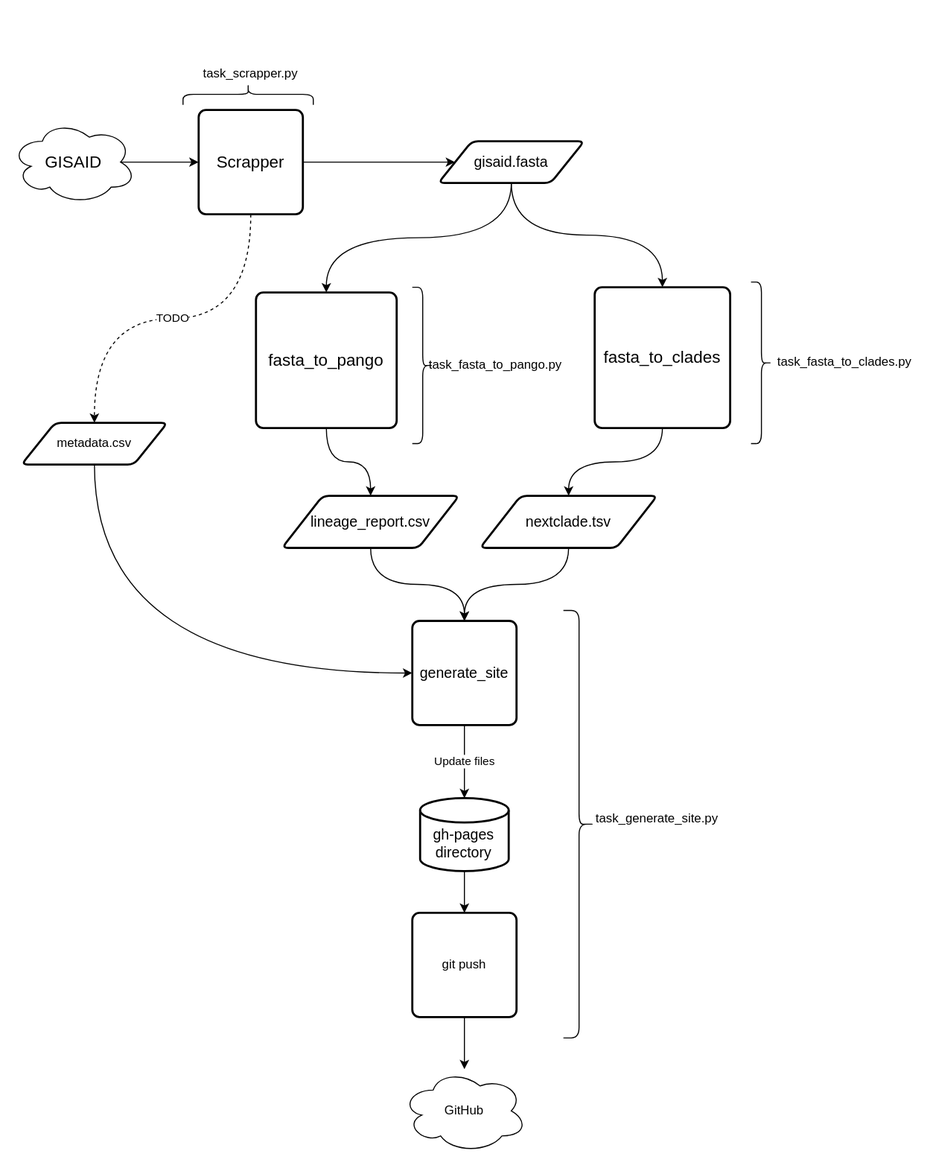
MI2DataLab/crs19-monitor keeps this draw.io diagram as doc/schema.svg. Above is the earlier version. Source tidied: cells renumbered, new cells last; positions are measured from the earlier drawing's top-left corner, leaving out a move shared by most shapes.
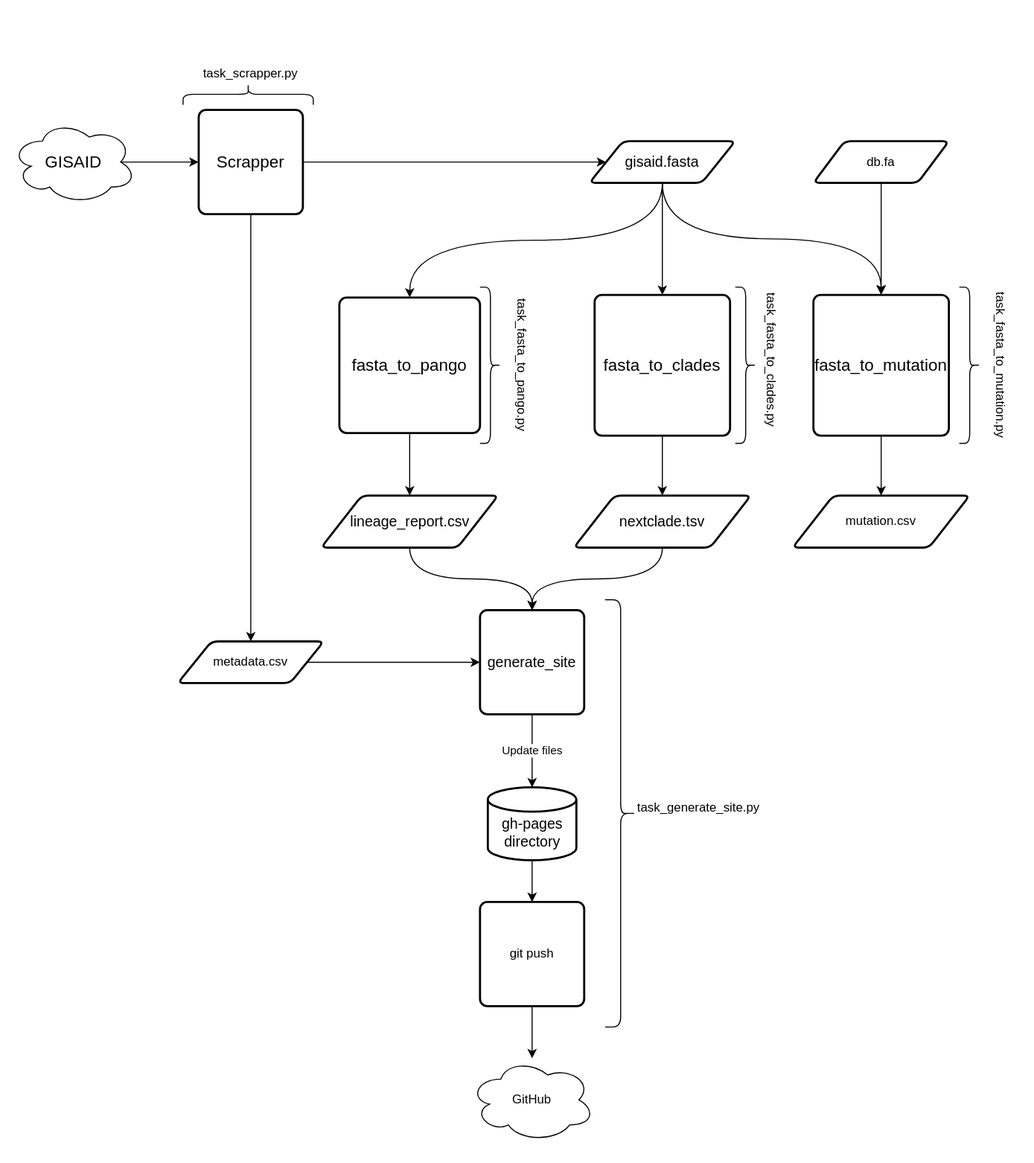
Above is the later version.

What changed in the source:
```diff
@@ -4,6 +4,6 @@
     <mxCell id="1" parent="0" />
-    <mxCell id="2" style="edgeStyle=orthogonalEdgeStyle;curved=1;rounded=0;jettySize=auto;html=1;exitX=1;exitY=0.5;exitDx=0;exitDy=0;" parent="1" edge="1" source="4" target="9">
+    <mxCell id="2" style="edgeStyle=orthogonalEdgeStyle;curved=1;rounded=0;jettySize=auto;html=1;exitX=1;exitY=0.5;exitDx=0;exitDy=0;" parent="1" edge="1" source="4" target="10">
       <mxGeometry relative="1" as="geometry" />
     </mxCell>
-    <mxCell id="3" value="TODO" style="edgeStyle=orthogonalEdgeStyle;curved=1;rounded=0;jettySize=auto;html=1;exitX=0.5;exitY=1;exitDx=0;exitDy=0;dashed=1;" parent="1" edge="1" source="4" target="18">
+    <mxCell id="3" style="edgeStyle=orthogonalEdgeStyle;curved=1;rounded=0;jettySize=auto;html=1;exitX=0.5;exitY=1;exitDx=0;exitDy=0;" parent="1" edge="1" source="4" target="19">
       <mxGeometry relative="1" as="geometry" />
@@ -19,104 +19,130 @@
     </mxCell>
-    <mxCell id="7" style="edgeStyle=orthogonalEdgeStyle;curved=1;rounded=0;jettySize=auto;html=1;exitX=0.5;exitY=1;exitDx=0;exitDy=0;entryX=0.5;entryY=0;entryDx=0;entryDy=0;" parent="1" edge="1" source="9" target="11">
+    <mxCell id="7" style="edgeStyle=orthogonalEdgeStyle;curved=1;rounded=0;jettySize=auto;html=1;exitX=0.5;exitY=1;exitDx=0;exitDy=0;entryX=0.5;entryY=0;entryDx=0;entryDy=0;" parent="1" edge="1" source="10" target="12">
       <mxGeometry relative="1" as="geometry" />
     </mxCell>
-    <mxCell id="8" style="edgeStyle=orthogonalEdgeStyle;curved=1;rounded=0;jettySize=auto;html=1;exitX=0.5;exitY=1;exitDx=0;exitDy=0;" parent="1" edge="1" source="9" target="32">
+    <mxCell id="8" style="edgeStyle=orthogonalEdgeStyle;curved=1;rounded=0;jettySize=auto;html=1;exitX=0.5;exitY=1;exitDx=0;exitDy=0;" parent="1" edge="1" source="10" target="33">
       <mxGeometry relative="1" as="geometry" />
     </mxCell>
-    <mxCell id="9" value="&lt;font style=&quot;font-size: 14px&quot;&gt;gisaid.fasta&lt;/font&gt;" style="shape=parallelogram;html=1;strokeWidth=2;perimeter=parallelogramPerimeter;whiteSpace=wrap;rounded=1;arcSize=12;size=0.23;" parent="1" vertex="1">
-      <mxGeometry x="410" y="125" width="140" height="40" as="geometry" />
+    <mxCell id="9" style="edgeStyle=orthogonalEdgeStyle;rounded=0;jettySize=auto;html=1;exitX=0.5;exitY=1;exitDx=0;exitDy=0;entryX=0.5;entryY=0;entryDx=0;entryDy=0;curved=1;" parent="1" edge="1" source="10" target="42">
+      <mxGeometry relative="1" as="geometry" />
     </mxCell>
-    <mxCell id="10" style="edgeStyle=orthogonalEdgeStyle;curved=1;rounded=0;jettySize=auto;html=1;exitX=0.5;exitY=1;exitDx=0;exitDy=0;entryX=0.5;entryY=0;entryDx=0;entryDy=0;" parent="1" edge="1" source="11" target="14">
-      <mxGeometry relative="1" as="geometry" />
+    <mxCell id="10" value="&lt;font style=&quot;font-size: 14px&quot;&gt;gisaid.fasta&lt;/font&gt;" style="shape=parallelogram;html=1;strokeWidth=2;perimeter=parallelogramPerimeter;whiteSpace=wrap;rounded=1;arcSize=12;size=0.23;" parent="1" vertex="1">
+      <mxGeometry x="555" y="125" width="140" height="40" as="geometry" />
     </mxCell>
-    <mxCell id="11" value="&lt;div&gt;&lt;font style=&quot;font-size: 16px&quot;&gt;fasta_to_pango&lt;/font&gt;&lt;/div&gt;" style="rounded=1;whiteSpace=wrap;html=1;absoluteArcSize=1;arcSize=14;strokeWidth=2;" parent="1" vertex="1">
-      <mxGeometry x="235" y="270" width="135" height="130" as="geometry" />
+    <mxCell id="11" style="edgeStyle=orthogonalEdgeStyle;curved=1;rounded=0;jettySize=auto;html=1;exitX=0.5;exitY=1;exitDx=0;exitDy=0;entryX=0.5;entryY=0;entryDx=0;entryDy=0;" parent="1" edge="1" source="12" target="15">
+      <mxGeometry relative="1" as="geometry" />
     </mxCell>
-    <mxCell id="12" style="edgeStyle=orthogonalEdgeStyle;curved=1;rounded=0;jettySize=auto;html=1;exitX=0.5;exitY=1;exitDx=0;exitDy=0;" parent="1" edge="1" source="32" target="16">
-      <mxGeometry relative="1" as="geometry" />
+    <mxCell id="12" value="&lt;div&gt;&lt;font style=&quot;font-size: 16px&quot;&gt;fasta_to_pango&lt;/font&gt;&lt;/div&gt;" style="rounded=1;whiteSpace=wrap;html=1;absoluteArcSize=1;arcSize=14;strokeWidth=2;" parent="1" vertex="1">
+      <mxGeometry x="315" y="275" width="135" height="130" as="geometry" />
     </mxCell>
-    <mxCell id="13" style="edgeStyle=orthogonalEdgeStyle;curved=1;rounded=0;jettySize=auto;html=1;exitX=0.5;exitY=1;exitDx=0;exitDy=0;entryX=0.5;entryY=0;entryDx=0;entryDy=0;" parent="1" edge="1" source="14" target="20">
+    <mxCell id="13" style="edgeStyle=orthogonalEdgeStyle;curved=1;rounded=0;jettySize=auto;html=1;exitX=0.5;exitY=1;exitDx=0;exitDy=0;" parent="1" edge="1" source="33" target="17">
       <mxGeometry relative="1" as="geometry" />
     </mxCell>
-    <mxCell id="14" value="&lt;font style=&quot;font-size: 14px&quot;&gt;lineage_report.csv&lt;/font&gt;" style="shape=parallelogram;html=1;strokeWidth=2;perimeter=parallelogramPerimeter;whiteSpace=wrap;rounded=1;arcSize=12;size=0.23;" parent="1" vertex="1">
-      <mxGeometry x="260" y="465" width="170" height="50" as="geometry" />
+    <mxCell id="14" style="edgeStyle=orthogonalEdgeStyle;curved=1;rounded=0;jettySize=auto;html=1;exitX=0.5;exitY=1;exitDx=0;exitDy=0;entryX=0.5;entryY=0;entryDx=0;entryDy=0;" parent="1" edge="1" source="15" target="21">
+      <mxGeometry relative="1" as="geometry" />
     </mxCell>
-    <mxCell id="15" style="edgeStyle=orthogonalEdgeStyle;curved=1;rounded=0;jettySize=auto;html=1;exitX=0.5;exitY=1;exitDx=0;exitDy=0;entryX=0.5;entryY=0;entryDx=0;entryDy=0;" parent="1" edge="1" source="16" target="20">
-      <mxGeometry relative="1" as="geometry" />
+    <mxCell id="15" value="&lt;font style=&quot;font-size: 14px&quot;&gt;lineage_report.csv&lt;/font&gt;" style="shape=parallelogram;html=1;strokeWidth=2;perimeter=parallelogramPerimeter;whiteSpace=wrap;rounded=1;arcSize=12;size=0.23;" parent="1" vertex="1">
+      <mxGeometry x="297.5" y="465" width="170" height="50" as="geometry" />
     </mxCell>
-    <mxCell id="16" value="&lt;font style=&quot;font-size: 14px&quot;&gt;nextclade.tsv&lt;/font&gt;" style="shape=parallelogram;html=1;strokeWidth=2;perimeter=parallelogramPerimeter;whiteSpace=wrap;rounded=1;arcSize=12;size=0.23;" parent="1" vertex="1">
-      <mxGeometry x="450" y="465" width="170" height="50" as="geometry" />
+    <mxCell id="16" style="edgeStyle=orthogonalEdgeStyle;curved=1;rounded=0;jettySize=auto;html=1;exitX=0.5;exitY=1;exitDx=0;exitDy=0;entryX=0.5;entryY=0;entryDx=0;entryDy=0;" parent="1" edge="1" source="17" target="21">
+      <mxGeometry relative="1" as="geometry" />
     </mxCell>
-    <mxCell id="17" style="edgeStyle=orthogonalEdgeStyle;curved=1;rounded=0;jettySize=auto;html=1;exitX=0.5;exitY=1;exitDx=0;exitDy=0;entryX=0;entryY=0.5;entryDx=0;entryDy=0;" parent="1" edge="1" source="18" target="20">
-      <mxGeometry relative="1" as="geometry" />
+    <mxCell id="17" value="&lt;font style=&quot;font-size: 14px&quot;&gt;nextclade.tsv&lt;/font&gt;" style="shape=parallelogram;html=1;strokeWidth=2;perimeter=parallelogramPerimeter;whiteSpace=wrap;rounded=1;arcSize=12;size=0.23;" parent="1" vertex="1">
+      <mxGeometry x="540" y="465" width="170" height="50" as="geometry" />
     </mxCell>
-    <mxCell id="18" value="metadata.csv" style="shape=parallelogram;html=1;strokeWidth=2;perimeter=parallelogramPerimeter;whiteSpace=wrap;rounded=1;arcSize=12;size=0.23;" parent="1" vertex="1">
-      <mxGeometry x="10" y="395" width="140" height="40" as="geometry" />
+    <mxCell id="18" style="edgeStyle=orthogonalEdgeStyle;curved=1;rounded=0;jettySize=auto;html=1;exitX=1;exitY=0.5;exitDx=0;exitDy=0;entryX=0;entryY=0.5;entryDx=0;entryDy=0;" parent="1" edge="1" source="19" target="21">
+      <mxGeometry relative="1" as="geometry" />
     </mxCell>
-    <mxCell id="19" value="Update files" style="edgeStyle=orthogonalEdgeStyle;curved=1;rounded=0;orthogonalLoop=1;jettySize=auto;html=1;exitX=0.5;exitY=1;exitDx=0;exitDy=0;entryX=0.5;entryY=0;entryDx=0;entryDy=0;entryPerimeter=0;" parent="1" edge="1">
-      <mxGeometry relative="1" as="geometry">
-        <mxPoint x="435" y="685" as="sourcePoint" />
-        <mxPoint x="435" y="755" as="targetPoint" />
-      </mxGeometry>
+    <mxCell id="19" value="metadata.csv" style="shape=parallelogram;html=1;strokeWidth=2;perimeter=parallelogramPerimeter;whiteSpace=wrap;rounded=1;arcSize=12;size=0.23;" parent="1" vertex="1">
+      <mxGeometry x="160" y="605" width="140" height="40" as="geometry" />
     </mxCell>
-    <mxCell id="20" value="&lt;font style=&quot;font-size: 14px&quot;&gt;generate_site&lt;/font&gt;" style="rounded=1;whiteSpace=wrap;html=1;absoluteArcSize=1;arcSize=14;strokeWidth=2;" parent="1" vertex="1">
-      <mxGeometry x="385" y="585" width="100" height="100" as="geometry" />
+    <mxCell id="20" value="Update files" style="edgeStyle=orthogonalEdgeStyle;curved=1;rounded=0;orthogonalLoop=1;jettySize=auto;html=1;exitX=0.5;exitY=1;exitDx=0;exitDy=0;entryX=0.5;entryY=0;entryDx=0;entryDy=0;entryPerimeter=0;" parent="1" edge="1">
+      <mxGeometry relative="1" as="geometry">
+        <mxPoint x="500" y="675" as="sourcePoint" />
+        <mxPoint x="500" y="745" as="targetPoint" />
+      </mxGeometry>
     </mxCell>
-    <mxCell id="21" style="edgeStyle=orthogonalEdgeStyle;curved=1;rounded=0;jettySize=auto;html=1;exitX=0.5;exitY=1;exitDx=0;exitDy=0;exitPerimeter=0;entryX=0.5;entryY=0;entryDx=0;entryDy=0;" parent="1" edge="1" source="22" target="24">
-      <mxGeometry relative="1" as="geometry" />
+    <mxCell id="21" value="&lt;font style=&quot;font-size: 14px&quot;&gt;generate_site&lt;/font&gt;" style="rounded=1;whiteSpace=wrap;html=1;absoluteArcSize=1;arcSize=14;strokeWidth=2;" parent="1" vertex="1">
+      <mxGeometry x="450" y="575" width="100" height="100" as="geometry" />
     </mxCell>
-    <mxCell id="22" value="&lt;div style=&quot;font-size: 14px&quot;&gt;&lt;font style=&quot;font-size: 14px&quot;&gt;&lt;br&gt;&lt;/font&gt;&lt;/div&gt;&lt;div style=&quot;font-size: 14px&quot;&gt;&lt;font style=&quot;font-size: 14px&quot;&gt;gh-pages&lt;/font&gt;&lt;/div&gt;&lt;div style=&quot;font-size: 14px&quot;&gt;&lt;font style=&quot;font-size: 14px&quot;&gt;directory&lt;br&gt;&lt;/font&gt;&lt;/div&gt;" style="strokeWidth=2;html=1;shape=mxgraph.flowchart.database;whiteSpace=wrap;" parent="1" vertex="1">
-      <mxGeometry x="392.5" y="755" width="85" height="70" as="geometry" />
+    <mxCell id="22" style="edgeStyle=orthogonalEdgeStyle;curved=1;rounded=0;jettySize=auto;html=1;exitX=0.5;exitY=1;exitDx=0;exitDy=0;exitPerimeter=0;entryX=0.5;entryY=0;entryDx=0;entryDy=0;" parent="1" edge="1" source="23" target="25">
+      <mxGeometry relative="1" as="geometry" />
     </mxCell>
-    <mxCell id="23" style="edgeStyle=orthogonalEdgeStyle;curved=1;rounded=0;jettySize=auto;html=1;exitX=0.5;exitY=1;exitDx=0;exitDy=0;" parent="1" edge="1" source="24" target="25">
-      <mxGeometry relative="1" as="geometry" />
+    <mxCell id="23" value="&lt;div style=&quot;font-size: 14px&quot;&gt;&lt;font style=&quot;font-size: 14px&quot;&gt;&lt;br&gt;&lt;/font&gt;&lt;/div&gt;&lt;div style=&quot;font-size: 14px&quot;&gt;&lt;font style=&quot;font-size: 14px&quot;&gt;gh-pages&lt;/font&gt;&lt;/div&gt;&lt;div style=&quot;font-size: 14px&quot;&gt;&lt;font style=&quot;font-size: 14px&quot;&gt;directory&lt;br&gt;&lt;/font&gt;&lt;/div&gt;" style="strokeWidth=2;html=1;shape=mxgraph.flowchart.database;whiteSpace=wrap;" parent="1" vertex="1">
+      <mxGeometry x="457.5" y="745" width="85" height="70" as="geometry" />
     </mxCell>
-    <mxCell id="24" value="git push" style="rounded=1;whiteSpace=wrap;html=1;absoluteArcSize=1;arcSize=14;strokeWidth=2;" parent="1" vertex="1">
-      <mxGeometry x="385" y="865" width="100" height="100" as="geometry" />
+    <mxCell id="24" style="edgeStyle=orthogonalEdgeStyle;curved=1;rounded=0;jettySize=auto;html=1;exitX=0.5;exitY=1;exitDx=0;exitDy=0;" parent="1" edge="1" source="25" target="26">
+      <mxGeometry relative="1" as="geometry" />
     </mxCell>
-    <mxCell id="25" value="GitHub" style="ellipse;shape=cloud;whiteSpace=wrap;html=1;" parent="1" vertex="1">
-      <mxGeometry x="375" y="1015" width="120" height="80" as="geometry" />
+    <mxCell id="25" value="git push" style="rounded=1;whiteSpace=wrap;html=1;absoluteArcSize=1;arcSize=14;strokeWidth=2;" parent="1" vertex="1">
+      <mxGeometry x="450" y="855" width="100" height="100" as="geometry" />
     </mxCell>
-    <mxCell id="26" style="group;" parent="1" vertex="1">
-      <mxGeometry x="530" y="575" width="150" height="410" as="geometry" />
+    <mxCell id="26" value="GitHub" style="ellipse;shape=cloud;whiteSpace=wrap;html=1;" parent="1" vertex="1">
+      <mxGeometry x="440" y="1005" width="120" height="80" as="geometry" />
     </mxCell>
-    <mxCell id="27" style="shape=curlyBracket;whiteSpace=wrap;html=1;rounded=1;rotation=-180;size=0.5;" parent="26" vertex="1">
-      <mxGeometry width="30" height="410" as="geometry" />
+    <mxCell id="27" style="group;" parent="1" vertex="1">
+      <mxGeometry x="570" y="565" width="150" height="410" as="geometry" />
     </mxCell>
-    <mxCell id="28" value="&lt;div&gt;task_generate_site.py&lt;/div&gt;" style="text;html=1;strokeColor=none;fillColor=none;align=center;verticalAlign=middle;whiteSpace=wrap;rounded=0;" parent="26" vertex="1">
-      <mxGeometry x="30" y="190" width="120" height="20" as="geometry" />
+    <mxCell id="28" style="shape=curlyBracket;whiteSpace=wrap;html=1;rounded=1;rotation=-180;size=0.5;" parent="27" vertex="1">
+      <mxGeometry width="30" height="410" as="geometry" />
     </mxCell>
-    <mxCell id="29" style="group;" parent="1" vertex="1">
-      <mxGeometry x="365" y="275" width="140" height="140" as="geometry" />
+    <mxCell id="29" value="&lt;div&gt;task_generate_site.py&lt;/div&gt;" style="text;html=1;strokeColor=none;fillColor=none;align=center;verticalAlign=middle;whiteSpace=wrap;rounded=0;" parent="27" vertex="1">
+      <mxGeometry x="30" y="190" width="120" height="20" as="geometry" />
     </mxCell>
-    <mxCell id="30" style="shape=curlyBracket;whiteSpace=wrap;html=1;rounded=1;flipV=1;flipH=1;" parent="29" vertex="1">
-      <mxGeometry x="20" y="-10" width="20" height="150" as="geometry" />
+    <mxCell id="30" style="group;" parent="1" vertex="1">
+      <mxGeometry x="430" y="275" width="140" height="140" as="geometry" />
     </mxCell>
-    <mxCell id="31" value="&lt;div&gt;task_fasta_to_pango.py&lt;/div&gt;" style="text;html=1;strokeColor=none;fillColor=none;align=center;verticalAlign=middle;whiteSpace=wrap;rounded=0;" parent="29" vertex="1">
-      <mxGeometry x="40" y="55" width="120" height="20" as="geometry" />
+    <mxCell id="31" style="shape=curlyBracket;whiteSpace=wrap;html=1;rounded=1;flipV=1;flipH=1;" parent="30" vertex="1">
+      <mxGeometry x="20" y="-10" width="20" height="150" as="geometry" />
     </mxCell>
-    <mxCell id="32" value="&lt;div&gt;&lt;br&gt;&lt;/div&gt;&lt;div style=&quot;font-size: 16px&quot;&gt;&lt;font style=&quot;font-size: 16px&quot;&gt;fasta_to_clades&lt;/font&gt;&lt;/div&gt;&lt;div&gt;&lt;br&gt;&lt;/div&gt;" style="rounded=1;whiteSpace=wrap;html=1;absoluteArcSize=1;arcSize=14;strokeWidth=2;" parent="1" vertex="1">
-      <mxGeometry x="560" y="265" width="130" height="135" as="geometry" />
+    <mxCell id="32" value="&lt;div&gt;task_fasta_to_pango.py&lt;/div&gt;" style="text;html=1;strokeColor=none;fillColor=none;align=center;verticalAlign=middle;whiteSpace=wrap;rounded=0;rotation=90;" parent="30" vertex="1">
+      <mxGeometry y="55" width="120" height="20" as="geometry" />
     </mxCell>
-    <mxCell id="33" style="group;" parent="1" vertex="1">
-      <mxGeometry x="710" y="275" width="140" height="125" as="geometry" />
+    <mxCell id="33" value="&lt;div&gt;&lt;br&gt;&lt;/div&gt;&lt;div style=&quot;font-size: 16px&quot;&gt;&lt;font style=&quot;font-size: 16px&quot;&gt;fasta_to_clades&lt;/font&gt;&lt;/div&gt;&lt;div&gt;&lt;br&gt;&lt;/div&gt;" style="rounded=1;whiteSpace=wrap;html=1;absoluteArcSize=1;arcSize=14;strokeWidth=2;" parent="1" vertex="1">
+      <mxGeometry x="560" y="272.5" width="130" height="135" as="geometry" />
     </mxCell>
-    <mxCell id="34" value="&lt;div&gt;task_fasta_to_clades.py&lt;/div&gt;" style="text;html=1;strokeColor=none;fillColor=none;align=center;verticalAlign=middle;whiteSpace=wrap;rounded=0;" parent="33" vertex="1">
-      <mxGeometry x="30" y="52.5" width="120" height="20" as="geometry" />
+    <mxCell id="34" style="group;" parent="1" vertex="1">
+      <mxGeometry x="695" y="275" width="140" height="140" as="geometry" />
     </mxCell>
-    <mxCell id="35" style="shape=curlyBracket;whiteSpace=wrap;html=1;rounded=1;flipV=1;flipH=1;" parent="33" vertex="1">
-      <mxGeometry y="-15" width="20" height="155" as="geometry" />
+    <mxCell id="35" value="&lt;div&gt;task_fasta_to_clades.py&lt;/div&gt;" style="text;html=1;strokeColor=none;fillColor=none;align=center;verticalAlign=middle;whiteSpace=wrap;rounded=0;rotation=90;" parent="34" vertex="1">
+      <mxGeometry x="-25" y="50" width="120" height="20" as="geometry" />
     </mxCell>
-    <mxCell id="36" style="group;" parent="1" vertex="1">
-      <mxGeometry x="150" width="140" height="125" as="geometry" />
+    <mxCell id="36" style="shape=curlyBracket;whiteSpace=wrap;html=1;rounded=1;flipV=1;flipH=1;" parent="34" vertex="1">
+      <mxGeometry y="-10" width="20" height="150" as="geometry" />
     </mxCell>
-    <mxCell id="37" style="group;" parent="36" vertex="1">
-      <mxGeometry width="140" height="125" as="geometry" />
+    <mxCell id="37" style="group;" parent="1" vertex="1">
+      <mxGeometry x="150" width="140" height="125" as="geometry" />
     </mxCell>
-    <mxCell id="38" value="&lt;div&gt;task_scrapper.py&lt;/div&gt;" style="text;html=1;strokeColor=none;fillColor=none;align=center;verticalAlign=middle;whiteSpace=wrap;rounded=0;" parent="37" vertex="1">
-      <mxGeometry x="20" y="50" width="120" height="20" as="geometry" />
+    <mxCell id="38" style="group;" parent="37" vertex="1">
+      <mxGeometry width="140" height="125" as="geometry" />
     </mxCell>
-    <mxCell id="39" style="shape=curlyBracket;whiteSpace=wrap;html=1;rounded=1;flipV=1;flipH=1;direction=north;" parent="36" vertex="1">
-      <mxGeometry x="15" y="70" width="125" height="20" as="geometry" />
+    <mxCell id="39" value="&lt;div&gt;task_scrapper.py&lt;/div&gt;" style="text;html=1;strokeColor=none;fillColor=none;align=center;verticalAlign=middle;whiteSpace=wrap;rounded=0;" parent="38" vertex="1">
+      <mxGeometry x="20" y="50" width="120" height="20" as="geometry" />
     </mxCell>
+    <mxCell id="40" style="shape=curlyBracket;whiteSpace=wrap;html=1;rounded=1;flipV=1;flipH=1;direction=north;" parent="37" vertex="1">
+      <mxGeometry x="15" y="70" width="125" height="20" as="geometry" />
+    </mxCell>
+    <mxCell id="41" style="edgeStyle=orthogonalEdgeStyle;curved=1;rounded=0;jettySize=auto;html=1;exitX=0.5;exitY=1;exitDx=0;exitDy=0;" parent="1" edge="1" source="42" target="45">
+      <mxGeometry relative="1" as="geometry" />
+    </mxCell>
+    <mxCell id="42" value="&lt;div&gt;&lt;br&gt;&lt;/div&gt;&lt;div style=&quot;font-size: 16px&quot;&gt;&lt;font style=&quot;font-size: 16px&quot;&gt;fasta_to_mutation&lt;/font&gt;&lt;/div&gt;&lt;div&gt;&lt;br&gt;&lt;/div&gt;" style="rounded=1;whiteSpace=wrap;html=1;absoluteArcSize=1;arcSize=14;strokeWidth=2;" parent="1" vertex="1">
+      <mxGeometry x="770" y="272.5" width="130" height="135" as="geometry" />
+    </mxCell>
+    <mxCell id="43" value="&lt;div&gt;task_fasta_to_mutation.py&lt;/div&gt;" style="text;html=1;strokeColor=none;fillColor=none;align=center;verticalAlign=middle;whiteSpace=wrap;rounded=0;rotation=90;" parent="1" vertex="1">
+      <mxGeometry x="890" y="330" width="120" height="20" as="geometry" />
+    </mxCell>
+    <mxCell id="44" style="shape=curlyBracket;whiteSpace=wrap;html=1;rounded=1;flipV=1;flipH=1;size=0.5;" parent="1" vertex="1">
+      <mxGeometry x="910" y="265" width="20" height="150" as="geometry" />
+    </mxCell>
+    <mxCell id="45" value="mutation.csv" style="shape=parallelogram;html=1;strokeWidth=2;perimeter=parallelogramPerimeter;whiteSpace=wrap;rounded=1;arcSize=12;size=0.23;" parent="1" vertex="1">
+      <mxGeometry x="750" y="465" width="170" height="50" as="geometry" />
+    </mxCell>
+    <mxCell id="46" style="edgeStyle=orthogonalEdgeStyle;curved=1;rounded=0;jettySize=auto;html=1;exitX=0.5;exitY=1;exitDx=0;exitDy=0;" parent="1" edge="1" source="47">
+      <mxGeometry relative="1" as="geometry">
+        <mxPoint x="835" y="272" as="targetPoint" />
+      </mxGeometry>
+    </mxCell>
+    <mxCell id="47" value="db.fa" style="shape=parallelogram;html=1;strokeWidth=2;perimeter=parallelogramPerimeter;whiteSpace=wrap;rounded=1;arcSize=12;size=0.23;" parent="1" vertex="1">
+      <mxGeometry x="770" y="125" width="130" height="40" as="geometry" />
+    </mxCell>
   </root>
```
